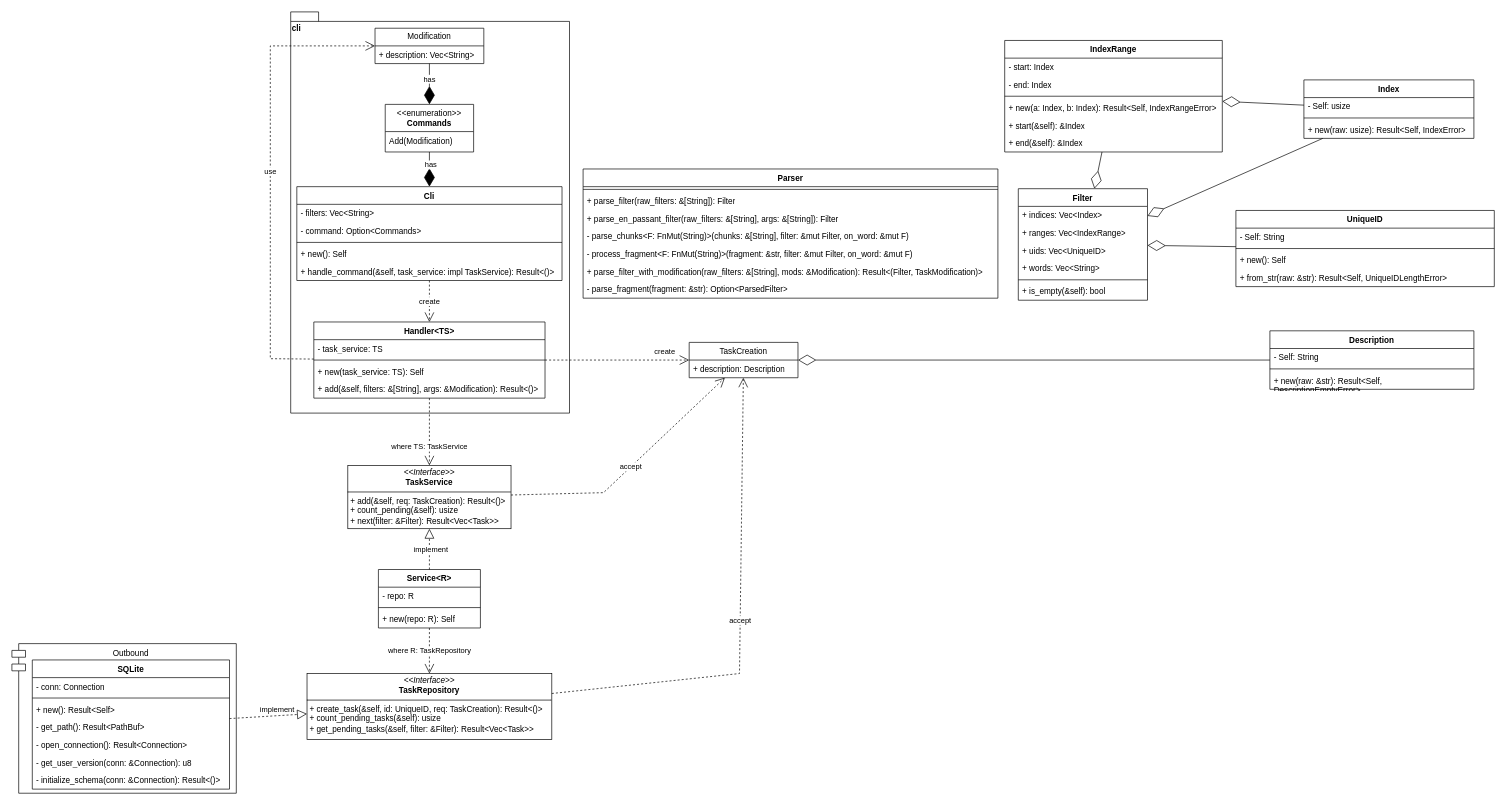
This is docs/diagram.drawio from rvnkcode/dawn, a draw.io file, before an edit. Source tidied: cells renumbered, new cells numbered last; positions are measured from the earlier drawing's top-left corner, leaving out a move shared by most shapes. Both pictures are drawn from the tidied source at 68%, with x=0, y=0 at pixel (12, 12).
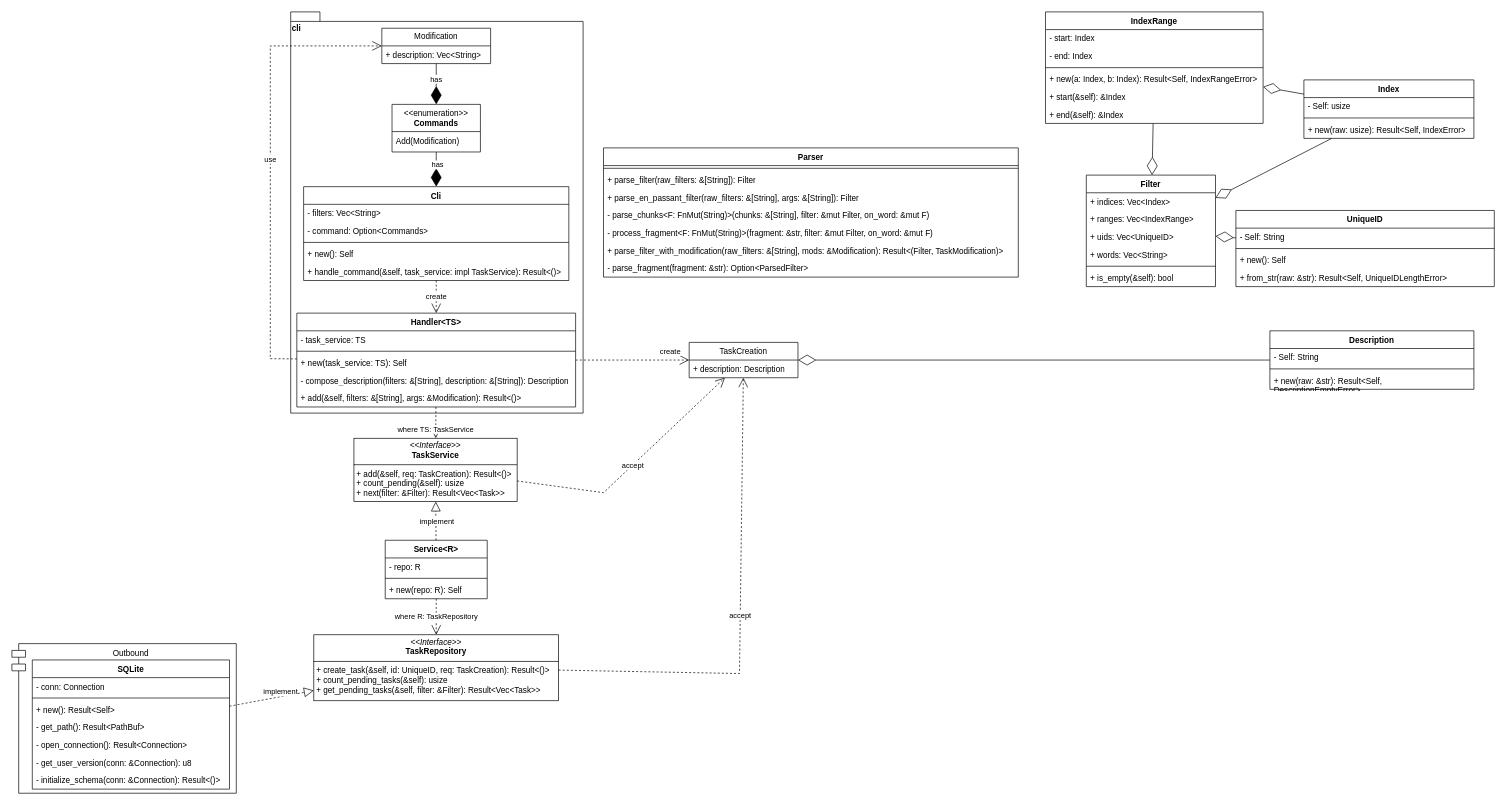
The same page after the edit.

Diff of the diagram source:
```diff
@@
     <mxCell id="2" value="cli" style="shape=folder;fontStyle=1;spacingTop=10;tabWidth=40;tabHeight=14;tabPosition=left;html=1;whiteSpace=wrap;verticalAlign=top;align=left;" parent="1" vertex="1">
-      <mxGeometry x="410" width="410" height="590" as="geometry" />
+      <mxGeometry x="410" width="430" height="590" as="geometry" />
     </mxCell>
     <mxCell id="3" value="&lt;p style=&quot;margin:0px;margin-top:4px;text-align:center;&quot;&gt;&lt;i&gt;&amp;lt;&amp;lt;Interface&amp;gt;&amp;gt;&lt;/i&gt;&lt;br&gt;&lt;b&gt;TaskService&lt;/b&gt;&lt;/p&gt;&lt;hr size=&quot;1&quot; style=&quot;border-style:solid;&quot;&gt;&lt;p style=&quot;margin:0px;margin-left:4px;&quot;&gt;+ add(&amp;amp;self, req: TaskCreation): Result&amp;lt;()&amp;gt;&lt;br&gt;+ count_pending(&amp;amp;self): usize&lt;br&gt;+ next(filter: &amp;amp;Filter): Result&amp;lt;Vec&amp;lt;Task&amp;gt;&amp;gt;&lt;/p&gt;" style="verticalAlign=top;align=left;overflow=fill;html=1;whiteSpace=wrap;" parent="1" vertex="1">
-      <mxGeometry x="494" y="667" width="240" height="93" as="geometry" />
+      <mxGeometry x="503" y="627" width="240" height="93" as="geometry" />
     </mxCell>
     <mxCell id="4" value="Service&amp;lt;R&amp;gt;" style="swimlane;fontStyle=1;align=center;verticalAlign=top;horizontal=1;startSize=26;whiteSpace=wrap;html=1;" parent="1" vertex="1">
-      <mxGeometry x="539" y="820" width="150" height="86" as="geometry" />
+      <mxGeometry x="549" y="777" width="150" height="86" as="geometry" />
     </mxCell>
@@
     <mxCell id="11" value="Cli" style="swimlane;fontStyle=1;align=center;verticalAlign=top;horizontal=1;startSize=26;whiteSpace=wrap;html=1;" parent="1" vertex="1">
-      <mxGeometry x="419" y="257" width="390" height="138" as="geometry" />
+      <mxGeometry x="429" y="257" width="390" height="138" as="geometry" />
     </mxCell>
@@
     <mxCell id="17" value="Modification" style="swimlane;fontStyle=0;horizontal=1;startSize=26;fillColor=none;whiteSpace=wrap;html=1;" parent="1" vertex="1">
-      <mxGeometry x="534" y="24" width="160" height="52" as="geometry" />
+      <mxGeometry x="544" y="24" width="160" height="52" as="geometry" />
     </mxCell>
@@
     <mxCell id="19" value="&amp;lt;&amp;lt;enumeration&amp;gt;&amp;gt;&lt;br&gt;&lt;b&gt;Commands&lt;/b&gt;" style="swimlane;fontStyle=0;align=center;verticalAlign=top;horizontal=1;startSize=40;html=1;whiteSpace=wrap;" parent="1" vertex="1">
-      <mxGeometry x="549" y="136" width="130" height="70" as="geometry" />
+      <mxGeometry x="559" y="136" width="130" height="70" as="geometry" />
     </mxCell>
@@
     <mxCell id="21" value="Handler&amp;lt;TS&amp;gt;" style="swimlane;fontStyle=1;align=center;verticalAlign=top;horizontal=1;startSize=26;whiteSpace=wrap;html=1;" parent="1" vertex="1">
-      <mxGeometry x="444" y="456" width="340" height="112" as="geometry" />
+      <mxGeometry x="419" y="443" width="410" height="138" as="geometry" />
     </mxCell>
     <mxCell id="22" value="- task_service: TS" style="text;strokeColor=none;fillColor=none;align=left;verticalAlign=top;spacingLeft=4;spacingRight=4;overflow=hidden;whiteSpace=wrap;html=1;" parent="21" vertex="1">
-      <mxGeometry y="26" width="340" height="26" as="geometry" />
+      <mxGeometry y="26" width="410" height="26" as="geometry" />
     </mxCell>
     <mxCell id="23" style="line;strokeWidth=1;fillColor=none;align=left;verticalAlign=middle;spacingTop=-1;spacingLeft=3;spacingRight=3;labelPosition=right;strokeColor=inherit;" parent="21" vertex="1">
-      <mxGeometry y="52" width="340" height="8" as="geometry" />
+      <mxGeometry y="52" width="410" height="8" as="geometry" />
     </mxCell>
     <mxCell id="24" value="+ new(task_service: TS): Self" style="text;strokeColor=none;fillColor=none;align=left;verticalAlign=top;spacingLeft=4;spacingRight=4;overflow=hidden;whiteSpace=wrap;html=1;" parent="21" vertex="1">
-      <mxGeometry y="60" width="340" height="26" as="geometry" />
+      <mxGeometry y="60" width="410" height="26" as="geometry" />
     </mxCell>
+    <mxCell id="91" value="- compose_description(filters: &amp;amp;[String], description: &amp;amp;[String]): Description" style="text;strokeColor=none;fillColor=none;align=left;verticalAlign=top;spacingLeft=4;spacingRight=4;overflow=hidden;whiteSpace=wrap;html=1;" parent="21" vertex="1">
+      <mxGeometry y="86" width="410" height="26" as="geometry" />
+    </mxCell>
     <mxCell id="25" value="+ add(&amp;amp;self, filters: &amp;amp;[String], args: &amp;amp;Modification): Result&amp;lt;()&amp;gt;" style="text;strokeColor=none;fillColor=none;align=left;verticalAlign=top;spacingLeft=4;spacingRight=4;overflow=hidden;whiteSpace=wrap;html=1;" parent="21" vertex="1">
-      <mxGeometry y="86" width="340" height="26" as="geometry" />
+      <mxGeometry y="112" width="410" height="26" as="geometry" />
     </mxCell>
@@
     <mxCell id="50" value="Filter" style="swimlane;fontStyle=1;align=center;verticalAlign=top;horizontal=1;startSize=26;whiteSpace=wrap;html=1;" parent="1" vertex="1">
-      <mxGeometry x="1480" y="260" width="190" height="164" as="geometry" />
+      <mxGeometry x="1580" y="240" width="190" height="164" as="geometry" />
     </mxCell>
@@
     <mxCell id="57" value="IndexRange" style="swimlane;fontStyle=1;align=center;verticalAlign=top;horizontal=1;startSize=26;whiteSpace=wrap;html=1;" parent="1" vertex="1">
-      <mxGeometry x="1460" y="42" width="320" height="164" as="geometry" />
+      <mxGeometry x="1520" width="320" height="164" as="geometry" />
     </mxCell>
@@
     <mxCell id="78" value="&lt;p style=&quot;margin:0px;margin-top:4px;text-align:center;&quot;&gt;&lt;i&gt;&amp;lt;&amp;lt;Interface&amp;gt;&amp;gt;&lt;/i&gt;&lt;br&gt;&lt;b&gt;TaskRepository&lt;/b&gt;&lt;/p&gt;&lt;hr size=&quot;1&quot; style=&quot;border-style:solid;&quot;&gt;&lt;p style=&quot;margin:0px;margin-left:4px;&quot;&gt;+ create_task(&amp;amp;self, id: UniqueID, req: TaskCreation): Result&amp;lt;()&amp;gt;&lt;br&gt;+ count_pending_tasks(&amp;amp;self): usize&lt;br&gt;+ get_pending_tasks(&amp;amp;self, filter: &amp;amp;Filter): Result&amp;lt;Vec&amp;lt;Task&amp;gt;&amp;gt;&lt;/p&gt;" style="verticalAlign=top;align=left;overflow=fill;html=1;whiteSpace=wrap;" parent="1" vertex="1">
-      <mxGeometry x="434" y="973" width="360" height="97" as="geometry" />
+      <mxGeometry x="444" y="916" width="360" height="97" as="geometry" />
     </mxCell>
@@
     <mxCell id="82" value="Parser" style="swimlane;fontStyle=1;align=center;verticalAlign=top;horizontal=1;startSize=26;whiteSpace=wrap;html=1;" parent="1" vertex="1">
-      <mxGeometry x="840" y="231" width="610" height="190" as="geometry" />
+      <mxGeometry x="870" y="200" width="610" height="190" as="geometry" />
     </mxCell>
```
